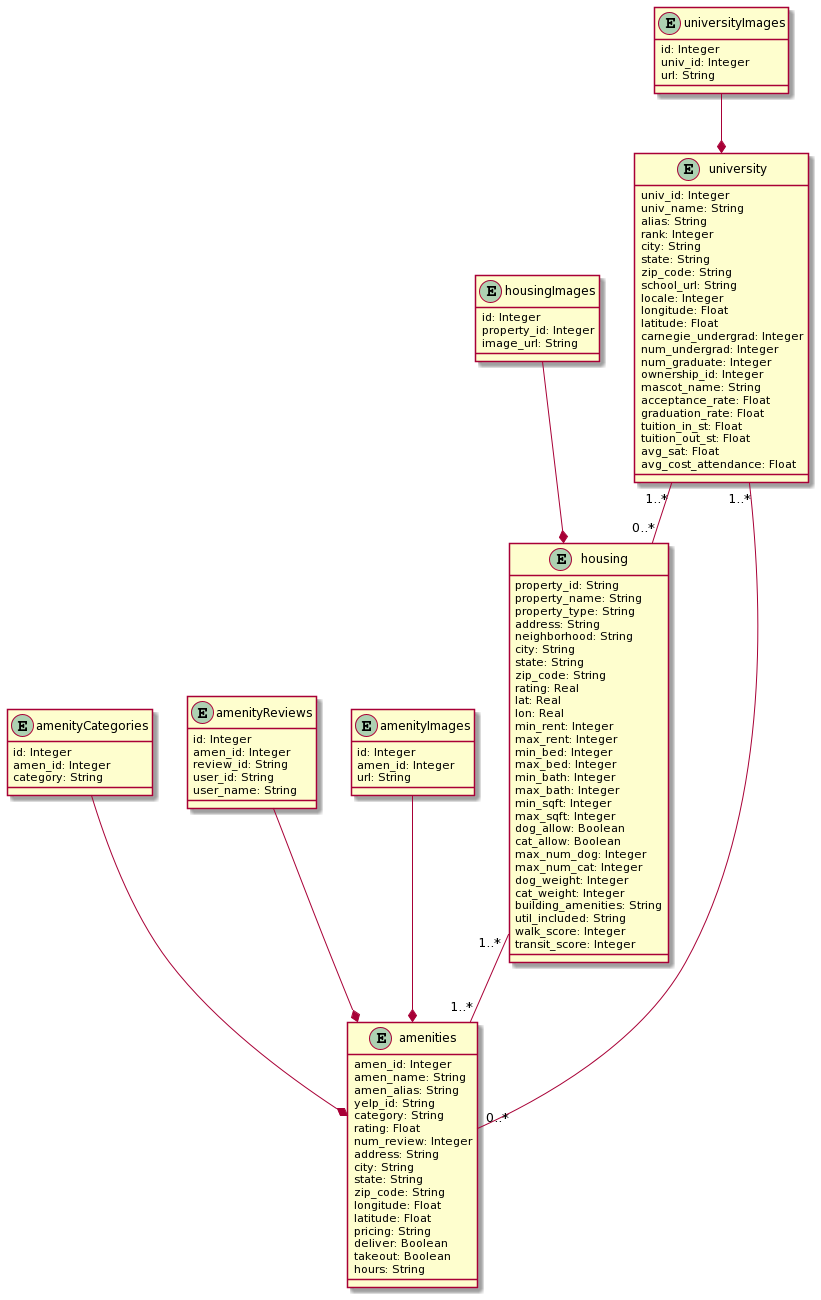
The PlantUML diagram campus-catalog-UML.png in ameer886/Campus-Catalog, before a commit.
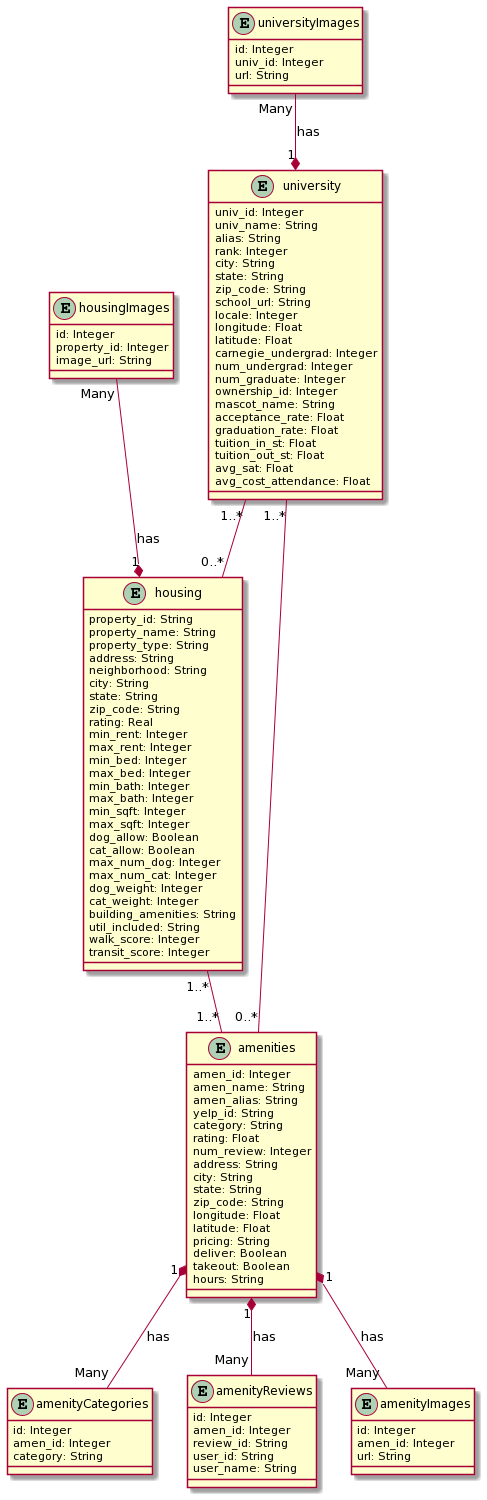
Above is the later version.

Commit message:
updated UML diagram

What changed in the source:
```diff
@@ -80,8 +80,6 @@
   state: String
   zip_code: String
   rating: Real
-  lat: Real
-  lon: Real
   min_rent: Integer
   max_rent: Integer
   min_bed: Integer
@@ -111,9 +109,9 @@
 university"1..*"--"0..*"housing
 university"1..*"--"0..*"amenities
 housing"1..*"--"1..*"amenities
-universityImages --* university
-amenityImages --* amenities
-amenityCategories --* amenities
-amenityReviews --* amenities
-housingImages --* housing
+universityImages "Many" --* "1" university: has
+amenities "1" *-- "Many" amenityImages : has
+amenities "1" *-- "Many" amenityCategories : has
+amenities "1" *-- "Many" amenityReviews : has
+housingImages "Many" --* "1" housing : has
 @enduml
```
